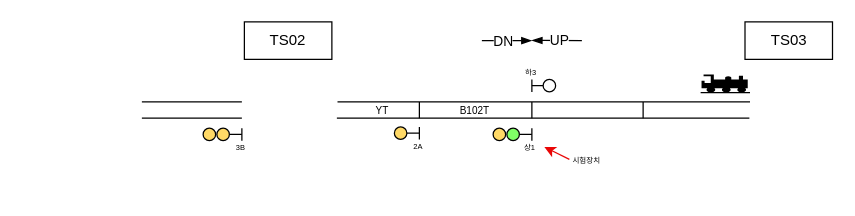
Before: EABS/Tasks/신호흐름 템플릿.drawio in chillin2/MyDraw.io, a draw.io diagram. Source tidied: cells renumbered, new cells numbered last; positions are measured from the earlier drawing's top-left corner, leaving out a move shared by most shapes. Both pictures are drawn from the tidied source at 125%, with x=0, y=0 at pixel (141, 21).
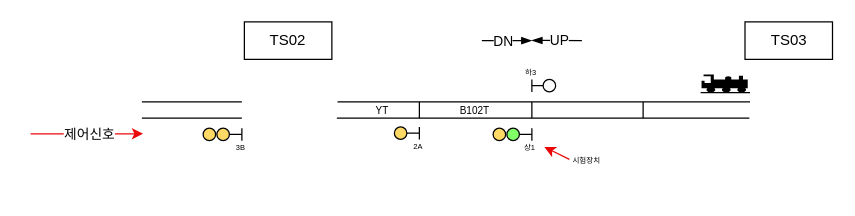
The same page after the edit.

Commit message (it also covers changes not shown here):
신호흐름 템플릿.drawio 업데이트

Diff of the diagram source:
```diff
@@
+    <mxCell id="38" style="endArrow=classic;html=1;rounded=0;strokeColor=#ec0909;" parent="1" edge="1">
+      <mxGeometry relative="1" as="geometry">
+        <mxPoint x="-89" y="89.5" as="sourcePoint" />
+        <mxPoint x="1" y="89.5" as="targetPoint" />
+      </mxGeometry>
+    </mxCell>
+    <mxCell id="39" value="제어신호" style="edgeLabel;html=1;align=center;verticalAlign=middle;" parent="38" vertex="1">
+      <mxGeometry x="0.36" y="-3" relative="1" as="geometry">
+        <mxPoint x="-15" y="-3" as="offset" />
+      </mxGeometry>
+    </mxCell>
```
